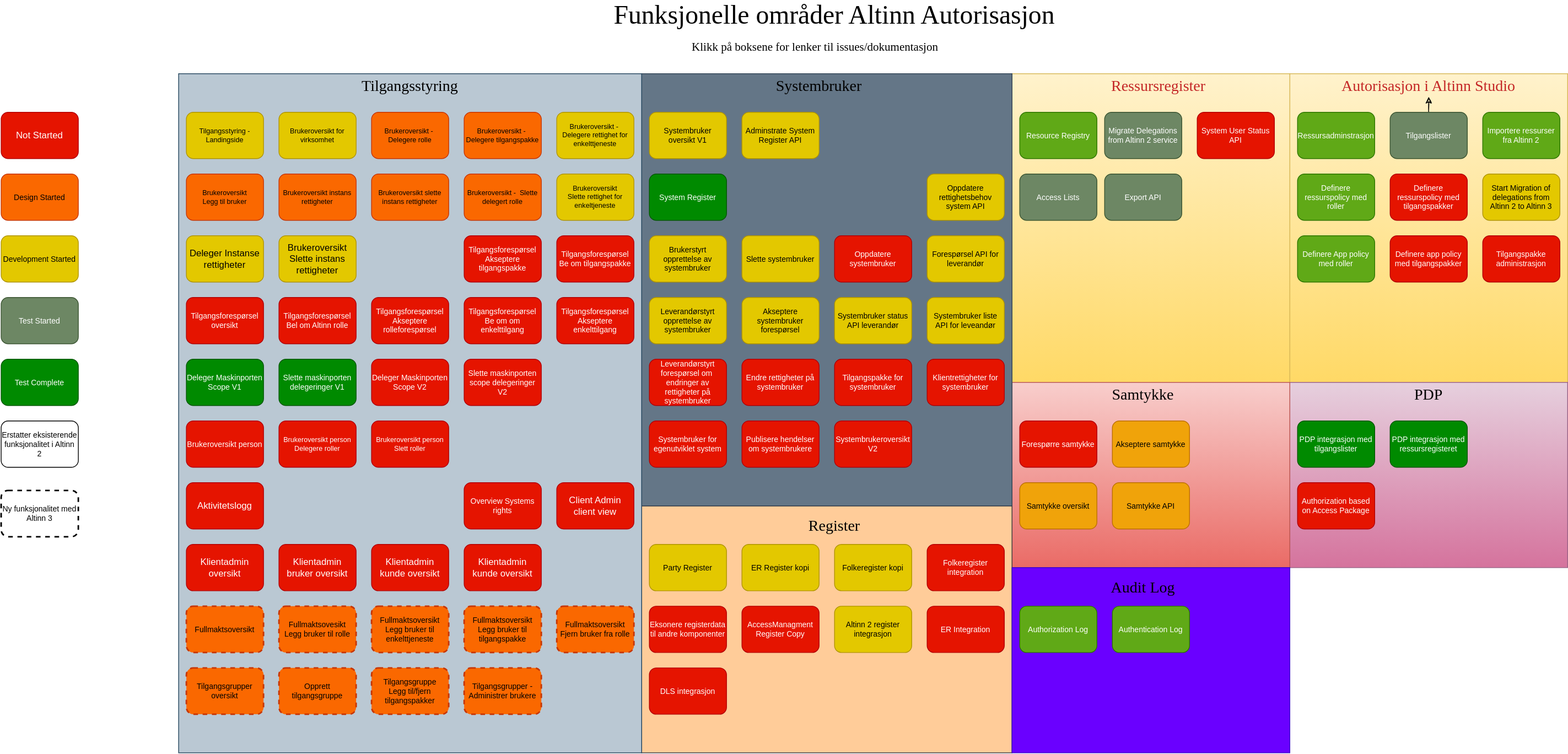
This is content/authorization/what-do-you-get/functionalareas.drawio.svg from Altinn/altinn-studio-docs, a draw.io export, as it was before one commit. Source tidied: cells renumbered, new cells last; positions are measured from the earlier drawing's top-left corner, leaving out a move shared by most shapes.
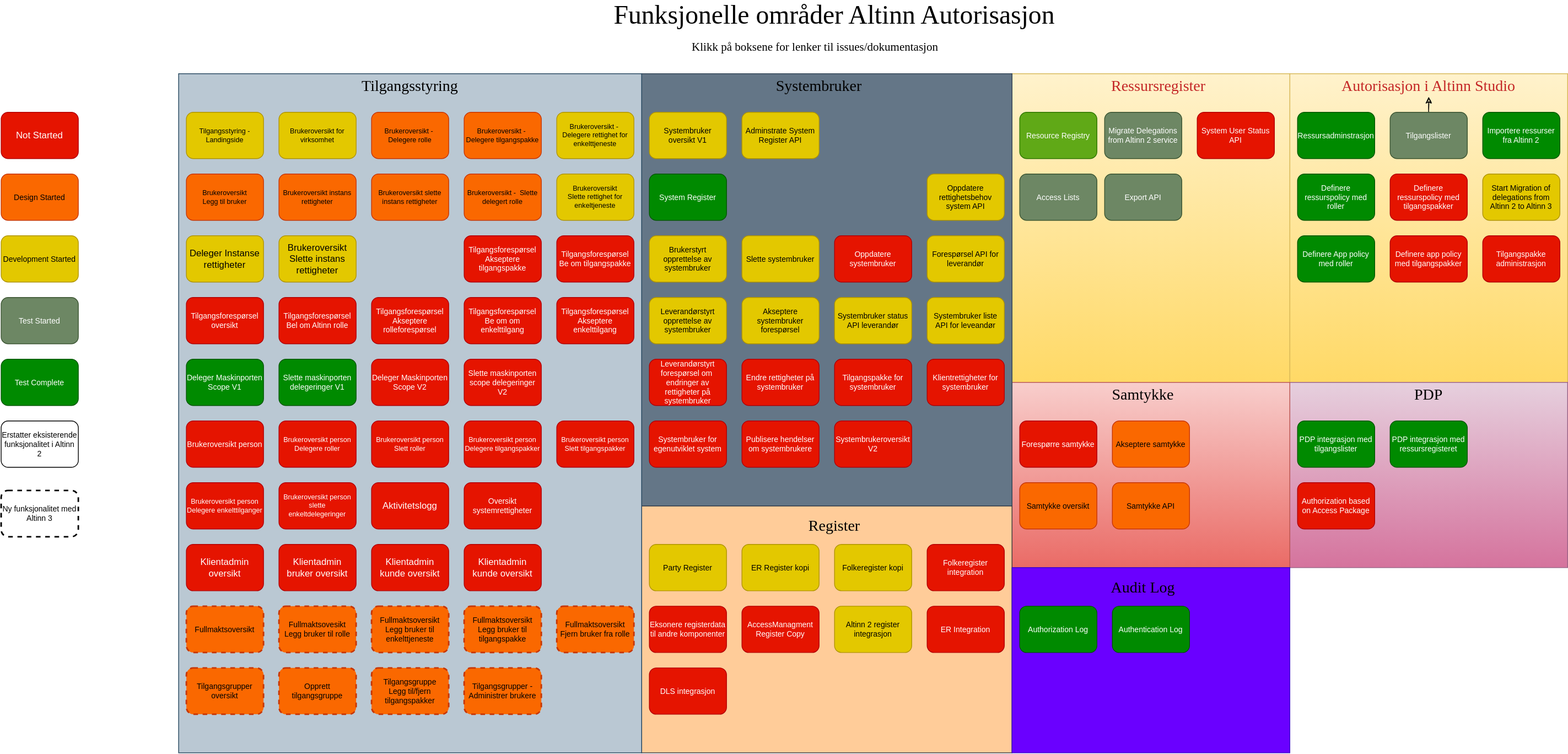
After the change.

What changed in the source:
```diff
@@ -89,10 +89,10 @@
     <mxCell id="30" value="Resource Registry" style="rounded=1;whiteSpace=wrap;html=1;fontSize=10;fillColor=#60a917;fontColor=#ffffff;strokeColor=#2D7600;" parent="1" vertex="1">
       <mxGeometry x="1320" y="140" width="100" height="60" as="geometry" />
     </mxCell>
-    <mxCell id="31" value="Ressursadminstrasjon" style="rounded=1;whiteSpace=wrap;html=1;fontSize=10;fillColor=#60a917;fontColor=#ffffff;strokeColor=#2D7600;" parent="1" vertex="1">
+    <mxCell id="31" value="Ressursadminstrasjon" style="rounded=1;whiteSpace=wrap;html=1;fontSize=10;fillColor=#008a00;fontColor=#ffffff;strokeColor=#005700;" parent="1" vertex="1">
       <mxGeometry x="1680" y="140" width="100" height="60" as="geometry" />
     </mxCell>
-    <mxCell id="32" value="Importere ressurser fra Altinn 2" style="rounded=1;whiteSpace=wrap;html=1;fontSize=10;fillColor=#60a917;fontColor=#ffffff;strokeColor=#2D7600;" parent="1" vertex="1">
+    <mxCell id="32" value="Importere ressurser fra Altinn 2" style="rounded=1;whiteSpace=wrap;html=1;fontSize=10;fillColor=#008a00;fontColor=#ffffff;strokeColor=#005700;" parent="1" vertex="1">
       <mxGeometry x="1920" y="140" width="100" height="60" as="geometry" />
     </mxCell>
     <mxCell id="33" value="Migrate Delegations from Altinn 2 service" style="rounded=1;whiteSpace=wrap;html=1;fontSize=10;fillColor=#6d8764;fontColor=#ffffff;strokeColor=#3A5431;" parent="1" vertex="1">
@@ -122,13 +122,13 @@
     <mxCell id="41" value="Forespørre samtykke" style="rounded=1;whiteSpace=wrap;html=1;fontSize=10;fillColor=#e51400;fontColor=#ffffff;strokeColor=#B20000;" parent="1" vertex="1">
       <mxGeometry x="1320" y="540" width="100" height="60" as="geometry" />
     </mxCell>
-    <mxCell id="42" value="Akseptere samtykke" style="rounded=1;whiteSpace=wrap;html=1;fontSize=10;fillColor=#f0a30a;fontColor=#000000;strokeColor=#BD7000;" parent="1" vertex="1">
+    <mxCell id="42" value="Akseptere samtykke" style="rounded=1;whiteSpace=wrap;html=1;fontSize=10;fillColor=#fa6800;fontColor=#000000;strokeColor=#C73500;" parent="1" vertex="1">
       <mxGeometry x="1440" y="540" width="100" height="60" as="geometry" />
     </mxCell>
-    <mxCell id="43" value="Samtykke oversikt" style="rounded=1;whiteSpace=wrap;html=1;fontSize=10;fillColor=#f0a30a;fontColor=#000000;strokeColor=#BD7000;" parent="1" vertex="1">
+    <mxCell id="43" value="Samtykke oversikt" style="rounded=1;whiteSpace=wrap;html=1;fontSize=10;fillColor=#fa6800;fontColor=#000000;strokeColor=#C73500;" parent="1" vertex="1">
       <mxGeometry x="1320" y="620" width="100" height="60" as="geometry" />
     </mxCell>
-    <mxCell id="44" value="Samtykke API" style="rounded=1;whiteSpace=wrap;html=1;fontSize=10;fillColor=#f0a30a;fontColor=#000000;strokeColor=#BD7000;" parent="1" vertex="1">
+    <mxCell id="44" value="Samtykke API" style="rounded=1;whiteSpace=wrap;html=1;fontSize=10;fillColor=#fa6800;fontColor=#000000;strokeColor=#C73500;" parent="1" vertex="1">
       <mxGeometry x="1440" y="620" width="100" height="60" as="geometry" />
     </mxCell>
     <mxCell id="45" value="AccessManagment Register Copy" style="rounded=1;whiteSpace=wrap;html=1;fontSize=10;fillColor=#e51400;fontColor=#ffffff;strokeColor=#B20000;" parent="1" vertex="1">
@@ -182,7 +182,7 @@
     <mxCell id="61" value="Slette maskinporten delegeringer V1" style="rounded=1;whiteSpace=wrap;html=1;fontSize=10;fillColor=#008a00;fontColor=#ffffff;strokeColor=#005700;" parent="1" vertex="1">
       <mxGeometry x="360" y="460" width="100" height="60" as="geometry" />
     </mxCell>
-    <mxCell id="62" value="Overview Systems rights" style="rounded=1;whiteSpace=wrap;html=1;fontSize=10;fillColor=#e51400;fontColor=#ffffff;strokeColor=#B20000;" parent="1" vertex="1">
+    <mxCell id="62" value="Oversikt systemrettigheter" style="rounded=1;whiteSpace=wrap;html=1;fontSize=10;fillColor=#e51400;fontColor=#ffffff;strokeColor=#B20000;" parent="1" vertex="1">
       <mxGeometry x="600" y="620" width="100" height="60" as="geometry" />
     </mxCell>
     <mxCell id="63" value="Brukeroversikt person" style="rounded=1;whiteSpace=wrap;html=1;fontSize=10;fillColor=#e51400;fontColor=#ffffff;strokeColor=#B20000;" parent="1" vertex="1">
@@ -203,11 +203,8 @@
     <mxCell id="68" value="Klientadmin bruker oversikt" style="rounded=1;whiteSpace=wrap;html=1;fillColor=#e51400;fontColor=#ffffff;strokeColor=#B20000;" parent="1" vertex="1">
       <mxGeometry x="360" y="700" width="100" height="60" as="geometry" />
     </mxCell>
-    <mxCell id="69" value="Client Admin client view" style="rounded=1;whiteSpace=wrap;html=1;fillColor=#e51400;fontColor=#ffffff;strokeColor=#B20000;" parent="1" vertex="1">
-      <mxGeometry x="720" y="620" width="100" height="60" as="geometry" />
-    </mxCell>
     <mxCell id="70" value="Aktivitetslogg" style="rounded=1;whiteSpace=wrap;html=1;fillColor=#e51400;fontColor=#ffffff;strokeColor=#B20000;" parent="1" vertex="1">
-      <mxGeometry x="240" y="620" width="100" height="60" as="geometry" />
+      <mxGeometry x="480" y="620" width="100" height="60" as="geometry" />
     </mxCell>
     <mxCell id="71" value="Systembruker status API leverandør" style="rounded=1;whiteSpace=wrap;html=1;fontSize=10;fillColor=#e3c800;fontColor=#000000;strokeColor=#B09500;" parent="1" vertex="1">
       <mxGeometry x="1080" y="380" width="100" height="60" as="geometry" />
@@ -230,10 +227,10 @@
     <mxCell id="77" style="rounded=0;whiteSpace=wrap;html=1;fontSize=10;fillColor=#6a00ff;strokeColor=#3700CC;fontColor=#ffffff;" parent="1" vertex="1">
       <mxGeometry x="1310" y="730" width="360" height="240" as="geometry" />
     </mxCell>
-    <mxCell id="78" value="Authorization Log" style="rounded=1;whiteSpace=wrap;html=1;fontSize=10;fillColor=#60a917;fontColor=#ffffff;strokeColor=#2D7600;" parent="1" vertex="1">
+    <mxCell id="78" value="Authorization Log" style="rounded=1;whiteSpace=wrap;html=1;fontSize=10;fillColor=#008a00;fontColor=#ffffff;strokeColor=#005700;" parent="1" vertex="1">
       <mxGeometry x="1320" y="780" width="100" height="60" as="geometry" />
     </mxCell>
-    <mxCell id="79" value="Authentication Log" style="rounded=1;whiteSpace=wrap;html=1;fontSize=10;fillColor=#60a917;fontColor=#ffffff;strokeColor=#2D7600;" parent="1" vertex="1">
+    <mxCell id="79" value="Authentication Log" style="rounded=1;whiteSpace=wrap;html=1;fontSize=10;fillColor=#008a00;fontColor=#ffffff;strokeColor=#005700;" parent="1" vertex="1">
       <mxGeometry x="1440" y="780" width="100" height="60" as="geometry" />
     </mxCell>
     <mxCell id="80" value="Audit Log" style="text;html=1;strokeColor=none;fillColor=none;align=center;verticalAlign=middle;whiteSpace=wrap;rounded=0;sketch=1;hachureGap=4;jiggle=2;curveFitting=1;fontFamily=Verdana;fontSize=20;" parent="1" vertex="1">
@@ -254,7 +251,7 @@
     <mxCell id="85" value="Autorisasjon i Altinn Studio" style="text;html=1;strokeColor=none;fillColor=none;align=center;verticalAlign=middle;whiteSpace=wrap;rounded=0;sketch=1;hachureGap=4;jiggle=2;curveFitting=1;fontFamily=Verdana;fontSize=20;fontColor=#c42727;" parent="1" vertex="1">
       <mxGeometry x="1680" y="90" width="340" height="30" as="geometry" />
     </mxCell>
-    <mxCell id="86" value="Definere ressurspolicy med roller" style="rounded=1;whiteSpace=wrap;html=1;fontSize=10;fillColor=#60a917;fontColor=#ffffff;strokeColor=#2D7600;" parent="1" vertex="1">
+    <mxCell id="86" value="Definere ressurspolicy med roller" style="rounded=1;whiteSpace=wrap;html=1;fontSize=10;fillColor=#008a00;fontColor=#ffffff;strokeColor=#005700;" parent="1" vertex="1">
       <mxGeometry x="1680" y="220" width="100" height="60" as="geometry" />
     </mxCell>
     <mxCell id="87" value="Definere ressurspolicy med tilgangspakker" style="rounded=1;whiteSpace=wrap;html=1;fontSize=10;fillColor=#e51400;fontColor=#ffffff;strokeColor=#B20000;" parent="1" vertex="1">
@@ -269,7 +266,7 @@
     <mxCell id="90" value="Definere app policy med tilgangspakker" style="rounded=1;whiteSpace=wrap;html=1;fontSize=10;fillColor=#e51400;fontColor=#ffffff;strokeColor=#B20000;" parent="1" vertex="1">
       <mxGeometry x="1800" y="300" width="100" height="60" as="geometry" />
     </mxCell>
-    <mxCell id="91" value="Definere App policy med roller" style="rounded=1;whiteSpace=wrap;html=1;fontSize=10;fillColor=#60a917;fontColor=#ffffff;strokeColor=#2D7600;" parent="1" vertex="1">
+    <mxCell id="91" value="Definere App policy med roller" style="rounded=1;whiteSpace=wrap;html=1;fontSize=10;fillColor=#008a00;fontColor=#ffffff;strokeColor=#005700;" parent="1" vertex="1">
       <mxGeometry x="1680" y="300" width="100" height="60" as="geometry" />
     </mxCell>
     <mxCell id="92" value="Tilgangspakke administrasjon" style="rounded=1;whiteSpace=wrap;html=1;fontSize=10;fillColor=#e51400;fontColor=#ffffff;strokeColor=#B20000;" parent="1" vertex="1">
@@ -359,5 +356,17 @@
     <mxCell id="120" value="Klientadmin kunde oversikt" style="rounded=1;whiteSpace=wrap;html=1;fillColor=#e51400;fontColor=#ffffff;strokeColor=#B20000;" parent="1" vertex="1">
       <mxGeometry x="600" y="700" width="100" height="60" as="geometry" />
     </mxCell>
+    <mxCell id="121" value="Brukeroversikt person&lt;br style=&quot;font-size: 9px;&quot;&gt;Delegere tilgangspakker" style="rounded=1;whiteSpace=wrap;html=1;fontSize=9;fillColor=#e51400;fontColor=#ffffff;strokeColor=#B20000;" parent="1" vertex="1">
+      <mxGeometry x="600" y="540" width="100" height="60" as="geometry" />
+    </mxCell>
+    <mxCell id="122" value="Brukeroversikt person&lt;br style=&quot;font-size: 9px;&quot;&gt;Slett tilgangspakker" style="rounded=1;whiteSpace=wrap;html=1;fontSize=9;fillColor=#e51400;fontColor=#ffffff;strokeColor=#B20000;" parent="1" vertex="1">
+      <mxGeometry x="720" y="540" width="100" height="60" as="geometry" />
+    </mxCell>
+    <mxCell id="123" value="Brukeroversikt person&lt;br style=&quot;font-size: 9px;&quot;&gt;Delegere enkelttilganger" style="rounded=1;whiteSpace=wrap;html=1;fontSize=9;fillColor=#e51400;fontColor=#ffffff;strokeColor=#B20000;" parent="1" vertex="1">
+      <mxGeometry x="240" y="620" width="100" height="60" as="geometry" />
+    </mxCell>
+    <mxCell id="124" value="Brukeroversikt person&lt;br style=&quot;font-size: 9px;&quot;&gt;slette enkeltdelegeringer" style="rounded=1;whiteSpace=wrap;html=1;fontSize=9;fillColor=#e51400;fontColor=#ffffff;strokeColor=#B20000;" parent="1" vertex="1">
+      <mxGeometry x="360" y="620" width="100" height="60" as="geometry" />
+    </mxCell>
   </root>
 </mxGraphModel>
```
